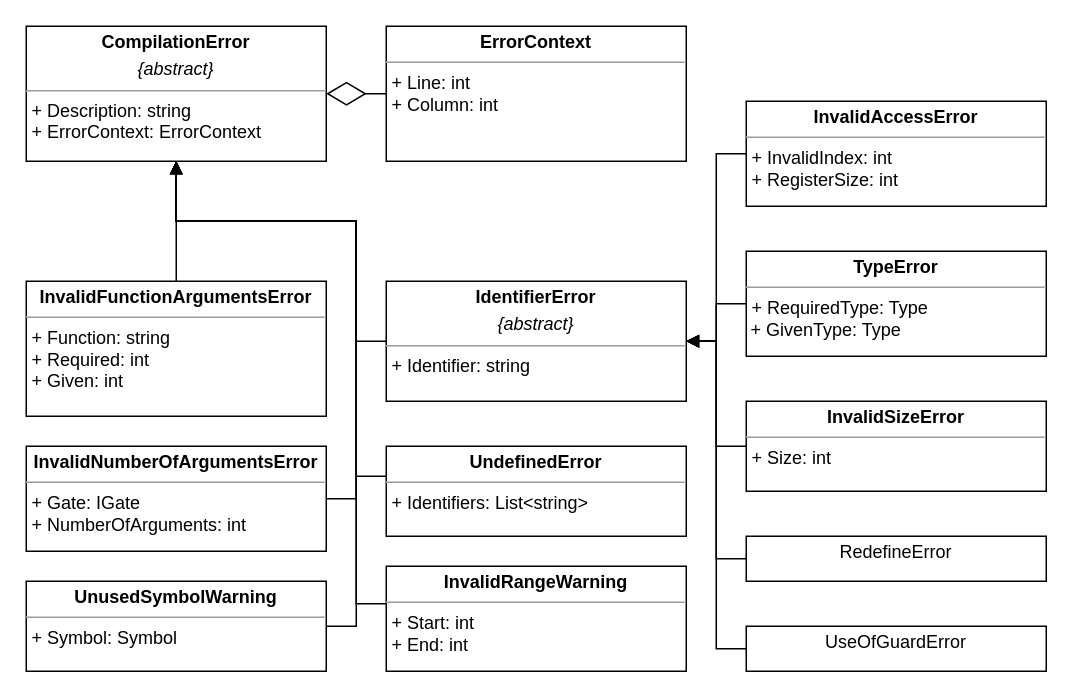
SaschaRWTH/masterthesis keeps this draw.io diagram as figures/drawio/uml_errors.drawio. Above is the earlier version. Source tidied: cells renumbered, new cells numbered last; positions are measured from the earlier drawing's top-left corner, leaving out a move shared by most shapes. Both pictures are drawn from the tidied source at 150%, with x=0, y=0 at pixel (26, 26).
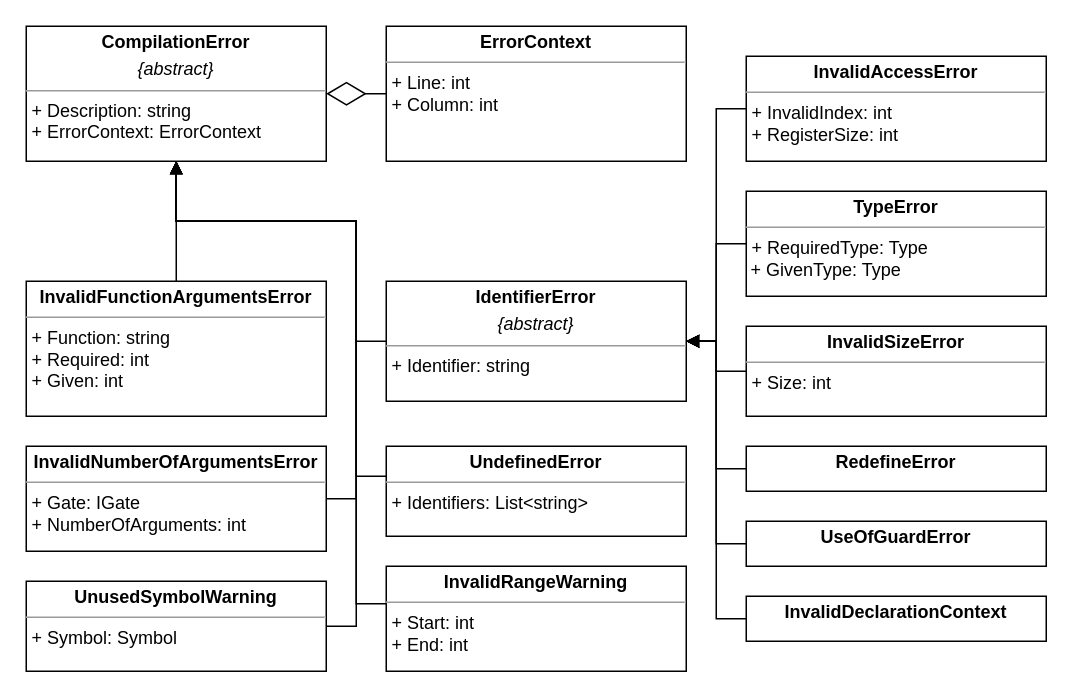
The same diagram, later.

Commit message (it also covers changes not shown here):
add: invalid declaration context to errors

The change refers to these unchanged cells:
```xml
<mxCell id="24" value="&lt;p style=&quot;margin: 4px 0px 0px; text-align: center;&quot;&gt;&lt;b&gt;IdentifierError&lt;/b&gt;&lt;/p&gt;&lt;p style=&quot;margin: 4px 0px 0px; text-align: center;&quot;&gt;&lt;i&gt;{abstract}&lt;/i&gt;&lt;/p&gt;&lt;hr size=&quot;1&quot;&gt;&lt;p style=&quot;margin:0px;margin-left:4px;&quot;&gt;+ Identifier: string&lt;/p&gt;" style="verticalAlign=top;align=left;overflow=fill;fontSize=12;fontFamily=Helvetica;html=1;" parent="1" vertex="1">
  <mxGeometry x="240" y="170" width="200" height="80" as="geometry" />
</mxCell>
```

The edit, as a diff of the source:
```diff
@@
     <mxCell id="3" value="&lt;p style=&quot;margin:0px;margin-top:4px;text-align:center;&quot;&gt;&lt;b&gt;InvalidSizeError&lt;br&gt;&lt;/b&gt;&lt;/p&gt;&lt;hr size=&quot;1&quot;&gt;&lt;p style=&quot;margin:0px;margin-left:4px;&quot;&gt;+ Size: int&lt;/p&gt;" style="verticalAlign=top;align=left;overflow=fill;fontSize=12;fontFamily=Helvetica;html=1;" parent="1" vertex="1">
-      <mxGeometry x="480" y="250" width="200" height="60" as="geometry" />
+      <mxGeometry x="480" y="200" width="200" height="60" as="geometry" />
     </mxCell>
@@
-    <mxCell id="7" value="&lt;p style=&quot;margin:0px;margin-top:4px;text-align:center;&quot;&gt;RedefineError&lt;/p&gt;&lt;p style=&quot;margin:0px;margin-left:4px;&quot;&gt;&lt;br&gt;&lt;/p&gt;" style="verticalAlign=top;align=left;overflow=fill;fontSize=12;fontFamily=Helvetica;html=1;" parent="1" vertex="1">
-      <mxGeometry x="480" y="340" width="200" height="30" as="geometry" />
+    <mxCell id="7" value="&lt;p style=&quot;margin:0px;margin-top:4px;text-align:center;&quot;&gt;&lt;b&gt;RedefineError&lt;/b&gt;&lt;/p&gt;&lt;p style=&quot;margin:0px;margin-left:4px;&quot;&gt;&lt;br&gt;&lt;/p&gt;" style="verticalAlign=top;align=left;overflow=fill;fontSize=12;fontFamily=Helvetica;html=1;" parent="1" vertex="1">
+      <mxGeometry x="480" y="280" width="200" height="30" as="geometry" />
     </mxCell>
@@
     <mxCell id="11" value="&lt;p style=&quot;margin:0px;margin-top:4px;text-align:center;&quot;&gt;&lt;b&gt;InvalidAccessError&lt;br&gt;&lt;/b&gt;&lt;/p&gt;&lt;hr size=&quot;1&quot;&gt;&lt;p style=&quot;margin:0px;margin-left:4px;&quot;&gt;&lt;span style=&quot;background-color: initial;&quot;&gt;+ InvalidIndex: int&lt;/span&gt;&lt;br&gt;&lt;/p&gt;&lt;p style=&quot;margin:0px;margin-left:4px;&quot;&gt;+ RegisterSize: int&lt;br&gt;&lt;/p&gt;&lt;p style=&quot;margin:0px;margin-left:4px;&quot;&gt;&lt;br&gt;&lt;/p&gt;&lt;p style=&quot;margin:0px;margin-left:4px;&quot;&gt;&lt;br&gt;&lt;/p&gt;" style="verticalAlign=top;align=left;overflow=fill;fontSize=12;fontFamily=Helvetica;html=1;" parent="1" vertex="1">
-      <mxGeometry x="480" y="50" width="200" height="70" as="geometry" />
+      <mxGeometry x="480" y="20" width="200" height="70" as="geometry" />
     </mxCell>
@@
     <mxCell id="17" value="&lt;p style=&quot;margin:0px;margin-top:4px;text-align:center;&quot;&gt;&lt;b&gt;TypeError&lt;br&gt;&lt;/b&gt;&lt;/p&gt;&lt;hr size=&quot;1&quot;&gt;&lt;p style=&quot;margin:0px;margin-left:4px;&quot;&gt;+ RequiredType: Type&lt;/p&gt;&amp;nbsp;+ GivenType: Type&lt;br&gt;&lt;p style=&quot;margin:0px;margin-left:4px;&quot;&gt;&lt;br&gt;&lt;/p&gt;" style="verticalAlign=top;align=left;overflow=fill;fontSize=12;fontFamily=Helvetica;html=1;" parent="1" vertex="1">
-      <mxGeometry x="480" y="150" width="200" height="70" as="geometry" />
+      <mxGeometry x="480" y="110" width="200" height="70" as="geometry" />
     </mxCell>
@@
-    <mxCell id="22" value="&lt;p style=&quot;margin:0px;margin-top:4px;text-align:center;&quot;&gt;UseOfGuardError&lt;/p&gt;&lt;p style=&quot;margin:0px;margin-left:4px;&quot;&gt;&lt;br&gt;&lt;/p&gt;" style="verticalAlign=top;align=left;overflow=fill;fontSize=12;fontFamily=Helvetica;html=1;" parent="1" vertex="1">
-      <mxGeometry x="480" y="400" width="200" height="30" as="geometry" />
+    <mxCell id="22" value="&lt;p style=&quot;margin:0px;margin-top:4px;text-align:center;&quot;&gt;&lt;b&gt;UseOfGuardError&lt;/b&gt;&lt;/p&gt;&lt;p style=&quot;margin:0px;margin-left:4px;&quot;&gt;&lt;br&gt;&lt;/p&gt;" style="verticalAlign=top;align=left;overflow=fill;fontSize=12;fontFamily=Helvetica;html=1;" parent="1" vertex="1">
+      <mxGeometry x="480" y="330" width="200" height="30" as="geometry" />
     </mxCell>
@@
+    <mxCell id="27" style="edgeStyle=orthogonalEdgeStyle;html=1;entryX=1;entryY=0.5;entryDx=0;entryDy=0;rounded=0;" parent="1" edge="1" source="28" target="24">
+      <mxGeometry relative="1" as="geometry" />
+    </mxCell>
+    <mxCell id="28" value="&lt;p style=&quot;margin:0px;margin-top:4px;text-align:center;&quot;&gt;&lt;b&gt;InvalidDeclarationContext&lt;/b&gt;&lt;/p&gt;" style="verticalAlign=top;align=left;overflow=fill;fontSize=12;fontFamily=Helvetica;html=1;" parent="1" vertex="1">
+      <mxGeometry x="480" y="380" width="200" height="30" as="geometry" />
+    </mxCell>
```
